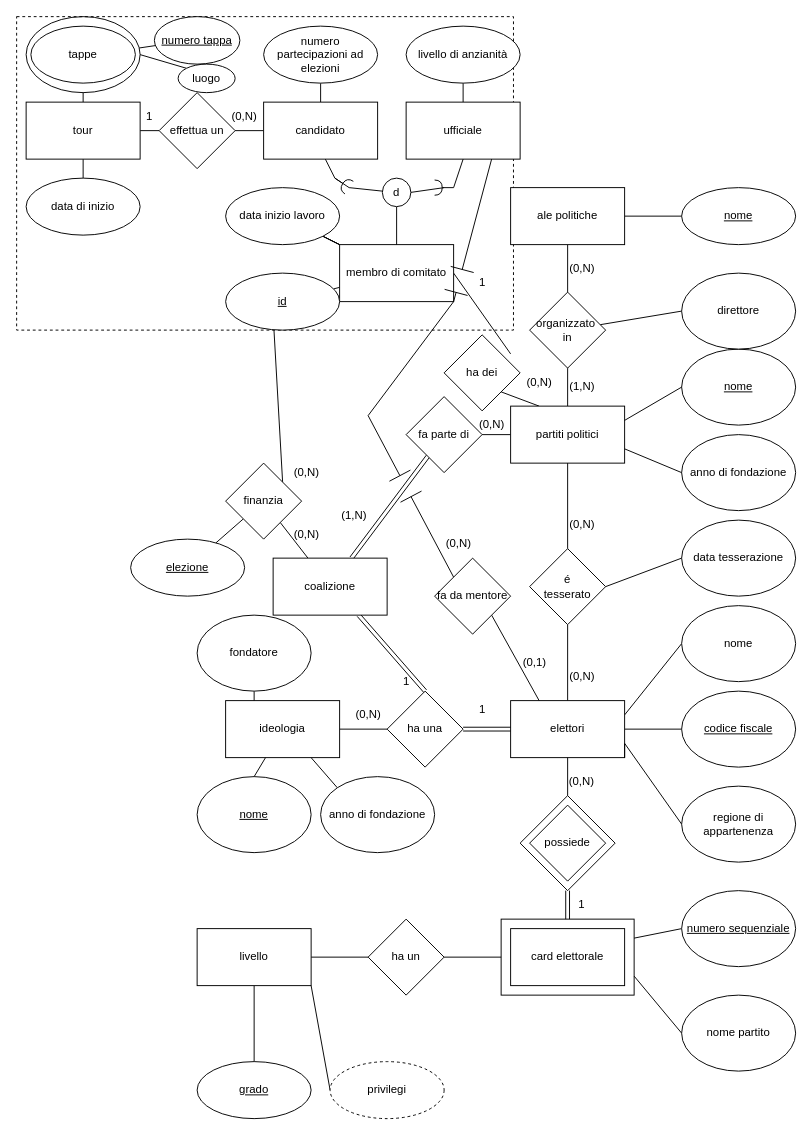
The draw.io diagram Diagramma senza titolo.drawio in Marco1743/database, before the edit. Source tidied: cells renumbered, new cells numbered last; positions are measured from the earlier drawing's top-left corner, leaving out a move shared by most shapes. Both pictures are drawn from the tidied source at 95%, with x=0, y=0 at pixel (16, 16).
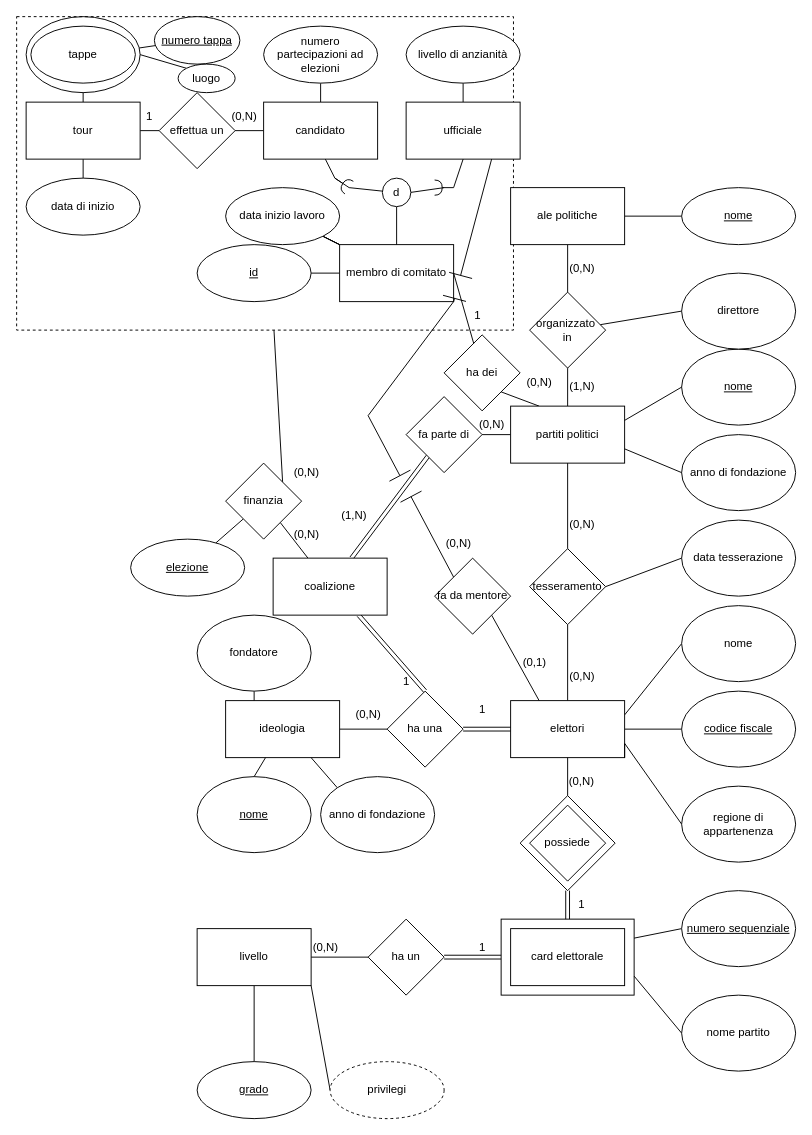
The same diagram, later.

The change refers to these unchanged cells:
```xml
<mxCell id="3" style="rounded=0;whiteSpace=wrap;html=1;" parent="1" vertex="1">
  <mxGeometry x="510" y="950" width="140" height="80" as="geometry" />
</mxCell>
<mxCell id="39" value="ha un" style="rhombus;whiteSpace=wrap;html=1;" parent="1" vertex="1">
  <mxGeometry x="370" y="950" width="80" height="80" as="geometry" />
</mxCell>
<mxCell id="75" value="ha dei" style="rhombus;whiteSpace=wrap;html=1;fillColor=default;" parent="1" vertex="1">
  <mxGeometry x="450" y="335" width="80" height="80" as="geometry" />
</mxCell>
<mxCell id="81" value="membro di comitato" style="rounded=0;whiteSpace=wrap;html=1;fillColor=default;" parent="1" vertex="1">
  <mxGeometry x="340" y="240" width="120" height="60" as="geometry" />
</mxCell>
```

Change to the diagram source:
```diff
@@
-    <mxCell id="19" value="é&lt;br&gt;tesserato" style="rhombus;whiteSpace=wrap;html=1;" parent="1" vertex="1">
+    <mxCell id="19" value="tesseramento" style="rhombus;whiteSpace=wrap;html=1;" parent="1" vertex="1">
       <mxGeometry x="540" y="560" width="80" height="80" as="geometry" />
     </mxCell>
@@
-    <mxCell id="37" style="edgeStyle=none;rounded=0;jettySize=auto;html=1;exitX=1;exitY=0.5;exitDx=0;exitDy=0;entryX=0;entryY=0.5;entryDx=0;entryDy=0;strokeWidth=1;endArrow=none;endFill=0;" parent="1" edge="1" source="39" target="3">
+    <mxCell id="37" style="edgeStyle=none;rounded=0;jettySize=auto;html=1;exitX=1;exitY=0.5;exitDx=0;exitDy=0;entryX=0;entryY=0.5;entryDx=0;entryDy=0;strokeWidth=1;endArrow=none;endFill=0;shape=link;" parent="1" edge="1" source="39" target="3">
       <mxGeometry relative="1" as="geometry" />
     </mxCell>
@@
-    <mxCell id="76" style="edgeStyle=none;rounded=0;jettySize=auto;html=1;exitX=1;exitY=0.5;exitDx=0;exitDy=0;entryX=0;entryY=0;entryDx=0;entryDy=0;endArrow=none;endFill=0;" parent="1" edge="1" source="81">
-      <mxGeometry relative="1" as="geometry">
-        <mxPoint x="520" y="355" as="targetPoint" />
-      </mxGeometry>
+    <mxCell id="76" style="edgeStyle=none;rounded=0;jettySize=auto;html=1;exitX=1;exitY=0.5;exitDx=0;exitDy=0;endArrow=none;endFill=0;" parent="1" edge="1" source="81" target="75">
+      <mxGeometry relative="1" as="geometry" />
     </mxCell>
@@
     <mxCell id="83" value="1" style="text;html=1;align=center;verticalAlign=middle;strokeColor=none;fillColor=none;" parent="1" vertex="1">
-      <mxGeometry x="475" y="265" width="30" height="30" as="geometry" />
+      <mxGeometry x="470" y="300" width="30" height="30" as="geometry" />
     </mxCell>
@@
     <mxCell id="93" value="&lt;u&gt;id&lt;/u&gt;" style="ellipse;whiteSpace=wrap;html=1;rounded=0;" parent="1" vertex="1">
-      <mxGeometry x="220" y="270" width="120" height="60" as="geometry" />
+      <mxGeometry x="190" y="240" width="120" height="60" as="geometry" />
     </mxCell>
@@
+    <mxCell id="124" value="1" style="text;html=1;align=center;verticalAlign=middle;strokeColor=none;fillColor=none;" parent="1" vertex="1">
+      <mxGeometry x="475" y="965" width="30" height="30" as="geometry" />
+    </mxCell>
+    <mxCell id="125" value="(0,N)" style="text;html=1;align=center;verticalAlign=middle;strokeColor=none;fillColor=none;" parent="1" vertex="1">
+      <mxGeometry x="300" y="965" width="50" height="30" as="geometry" />
+    </mxCell>
```
